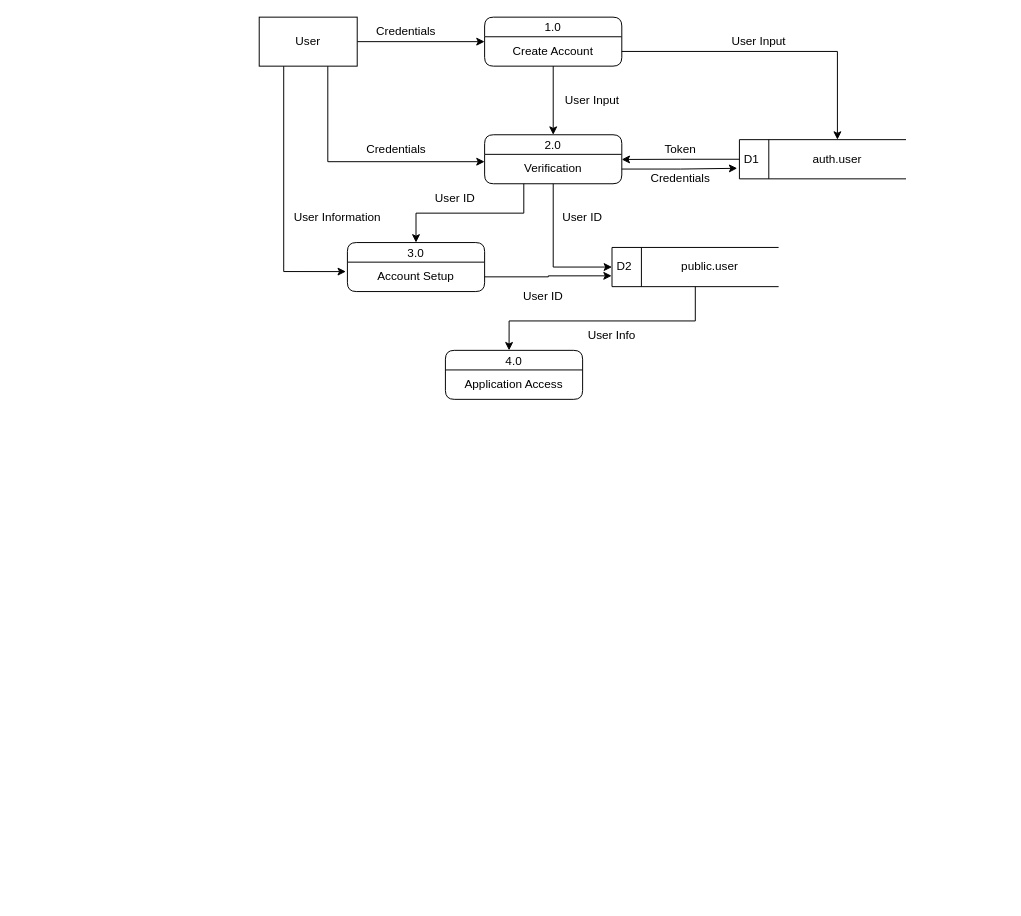
This is Atletik-DFD.drawio from ElliotJcbH/AtletikFlowcharts, a draw.io file, before an edit. Source tidied: cells renumbered, new cells numbered last; positions are measured from the earlier drawing's top-left corner, leaving out a move shared by most shapes. Both pictures are drawn from the tidied source at 98%, with x=0, y=0 at pixel (259, 17).
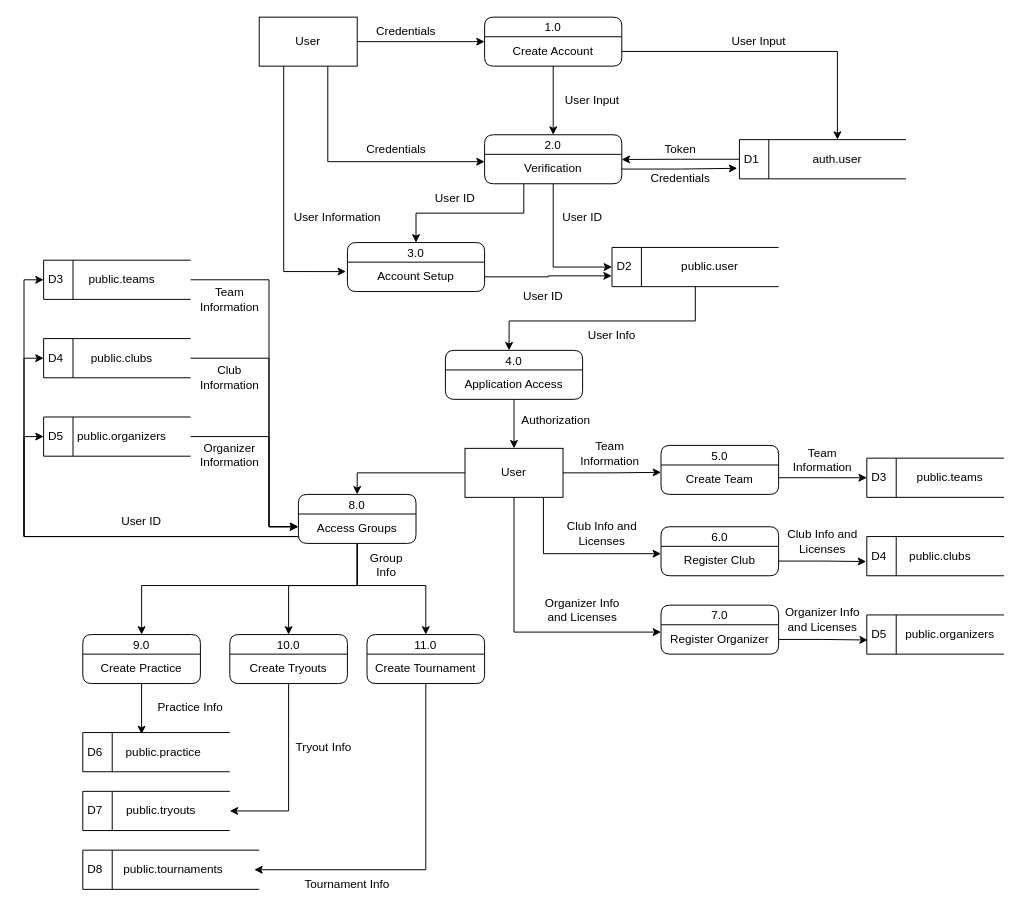
The same page after the edit.

Unchanged cells that the change refers to:
```xml
<mxCell id="30" value="Application Access" style="text;html=1;align=center;verticalAlign=middle;whiteSpace=wrap;rounded=0;" parent="29" vertex="1">
  <mxGeometry y="20" width="140" height="30" as="geometry" />
</mxCell>
```

The edit, as a diff of the source:
```diff
@@
+    <mxCell id="37" style="edgeStyle=orthogonalEdgeStyle;rounded=0;jettySize=auto;html=1;entryX=0;entryY=0.25;entryDx=0;entryDy=0;" parent="1" edge="1" source="41" target="45">
+      <mxGeometry relative="1" as="geometry" />
+    </mxCell>
+    <mxCell id="38" style="edgeStyle=orthogonalEdgeStyle;rounded=0;jettySize=auto;html=1;entryX=0;entryY=0.25;entryDx=0;entryDy=0;" parent="1" edge="1" source="41" target="48">
+      <mxGeometry relative="1" as="geometry">
+        <Array as="points">
+          <mxPoint x="290" y="548" />
+        </Array>
+      </mxGeometry>
+    </mxCell>
+    <mxCell id="39" style="edgeStyle=orthogonalEdgeStyle;rounded=0;jettySize=auto;html=1;entryX=0;entryY=0.25;entryDx=0;entryDy=0;" parent="1" edge="1" source="41" target="50">
+      <mxGeometry relative="1" as="geometry">
+        <Array as="points">
+          <mxPoint x="260" y="628" />
+        </Array>
+      </mxGeometry>
+    </mxCell>
+    <mxCell id="40" style="edgeStyle=orthogonalEdgeStyle;rounded=0;jettySize=auto;html=1;entryX=0.5;entryY=0;entryDx=0;entryDy=0;" parent="1" edge="1" source="41" target="66">
+      <mxGeometry relative="1" as="geometry" />
+    </mxCell>
+    <mxCell id="41" value="User" style="html=1;dashed=0;whiteSpace=wrap;" parent="1" vertex="1">
+      <mxGeometry x="210" y="440" width="100" height="50" as="geometry" />
+    </mxCell>
+    <mxCell id="42" style="edgeStyle=orthogonalEdgeStyle;rounded=0;jettySize=auto;html=1;entryX=0.5;entryY=0;entryDx=0;entryDy=0;" parent="1" edge="1" source="30" target="41">
+      <mxGeometry relative="1" as="geometry" />
+    </mxCell>
+    <mxCell id="43" value="Authorization" style="text;html=1;align=center;verticalAlign=middle;whiteSpace=wrap;rounded=0;" parent="1" vertex="1">
+      <mxGeometry x="263" y="397" width="80" height="30" as="geometry" />
+    </mxCell>
+    <mxCell id="44" value="5.0" style="swimlane;fontStyle=0;horizontal=1;startSize=20;fillColor=#ffffff;swimlaneFillColor=#ffffff;rounded=1;" parent="1" vertex="1">
+      <mxGeometry x="410" y="437" width="120" height="50" as="geometry" />
+    </mxCell>
+    <mxCell id="45" value="Create Team" style="text;html=1;align=center;verticalAlign=middle;whiteSpace=wrap;rounded=0;" parent="44" vertex="1">
+      <mxGeometry y="20" width="120" height="30" as="geometry" />
+    </mxCell>
+    <mxCell id="46" value="Team&lt;div&gt;Information&lt;/div&gt;" style="text;html=1;align=center;verticalAlign=middle;whiteSpace=wrap;rounded=0;" parent="1" vertex="1">
+      <mxGeometry x="318" y="430" width="80" height="30" as="geometry" />
+    </mxCell>
+    <mxCell id="47" value="6.0" style="swimlane;fontStyle=0;horizontal=1;startSize=20;fillColor=#ffffff;swimlaneFillColor=#ffffff;rounded=1;" parent="1" vertex="1">
+      <mxGeometry x="410" y="520" width="120" height="50" as="geometry" />
+    </mxCell>
+    <mxCell id="48" value="Register Club" style="text;html=1;align=center;verticalAlign=middle;whiteSpace=wrap;rounded=0;" parent="47" vertex="1">
+      <mxGeometry y="20" width="120" height="30" as="geometry" />
+    </mxCell>
+    <mxCell id="49" value="7.0" style="swimlane;fontStyle=0;horizontal=1;startSize=20;fillColor=#ffffff;swimlaneFillColor=#ffffff;rounded=1;" parent="1" vertex="1">
+      <mxGeometry x="410" y="600" width="120" height="50" as="geometry" />
+    </mxCell>
+    <mxCell id="50" value="Register Organizer" style="text;html=1;align=center;verticalAlign=middle;whiteSpace=wrap;rounded=0;" parent="49" vertex="1">
+      <mxGeometry y="20" width="120" height="30" as="geometry" />
+    </mxCell>
+    <mxCell id="51" value="Club Info and Licenses" style="text;html=1;align=center;verticalAlign=middle;whiteSpace=wrap;rounded=0;" parent="1" vertex="1">
+      <mxGeometry x="310" y="512" width="80" height="30" as="geometry" />
+    </mxCell>
+    <mxCell id="52" value="Organizer Info and Licenses" style="text;html=1;align=center;verticalAlign=middle;whiteSpace=wrap;rounded=0;" parent="1" vertex="1">
+      <mxGeometry x="290" y="590" width="80" height="30" as="geometry" />
+    </mxCell>
+    <mxCell id="53" value="D3" style="html=1;dashed=0;whiteSpace=wrap;shape=mxgraph.dfd.dataStoreID;align=left;spacingLeft=3;points=[[0,0],[0.5,0],[1,0],[0,0.5],[1,0.5],[0,1],[0.5,1],[1,1]];" parent="1" vertex="1">
+      <mxGeometry x="620" y="450" width="140" height="40" as="geometry" />
+    </mxCell>
+    <mxCell id="54" value="public.teams" style="text;html=1;align=center;verticalAlign=middle;whiteSpace=wrap;rounded=0;" parent="1" vertex="1">
+      <mxGeometry x="650" y="450" width="110" height="40" as="geometry" />
+    </mxCell>
+    <mxCell id="55" style="edgeStyle=orthogonalEdgeStyle;rounded=0;jettySize=auto;html=1;entryX=0;entryY=0.5;entryDx=0;entryDy=0;exitX=1;exitY=0.433;exitDx=0;exitDy=0;exitPerimeter=0;" parent="1" edge="1" source="45" target="53">
+      <mxGeometry relative="1" as="geometry" />
+    </mxCell>
+    <mxCell id="56" value="D4" style="html=1;dashed=0;whiteSpace=wrap;shape=mxgraph.dfd.dataStoreID;align=left;spacingLeft=3;points=[[0,0],[0.5,0],[1,0],[0,0.5],[1,0.5],[0,1],[0.5,1],[1,1]];" parent="1" vertex="1">
+      <mxGeometry x="620" y="530" width="140" height="40" as="geometry" />
+    </mxCell>
+    <mxCell id="57" value="public.clubs" style="text;html=1;align=center;verticalAlign=middle;whiteSpace=wrap;rounded=0;" parent="1" vertex="1">
+      <mxGeometry x="650" y="530" width="90" height="40" as="geometry" />
+    </mxCell>
+    <mxCell id="58" style="edgeStyle=orthogonalEdgeStyle;rounded=0;jettySize=auto;html=1;entryX=-0.005;entryY=0.638;entryDx=0;entryDy=0;entryPerimeter=0;" parent="1" edge="1" source="48" target="56">
+      <mxGeometry relative="1" as="geometry" />
+    </mxCell>
+    <mxCell id="59" value="D5" style="html=1;dashed=0;whiteSpace=wrap;shape=mxgraph.dfd.dataStoreID;align=left;spacingLeft=3;points=[[0,0],[0.5,0],[1,0],[0,0.5],[1,0.5],[0,1],[0.5,1],[1,1]];" parent="1" vertex="1">
+      <mxGeometry x="620" y="610" width="140" height="40" as="geometry" />
+    </mxCell>
+    <mxCell id="60" value="public.organizers" style="text;html=1;align=center;verticalAlign=middle;whiteSpace=wrap;rounded=0;" parent="1" vertex="1">
+      <mxGeometry x="650" y="610" width="110" height="40" as="geometry" />
+    </mxCell>
+    <mxCell id="61" style="edgeStyle=orthogonalEdgeStyle;rounded=0;jettySize=auto;html=1;entryX=0.007;entryY=0.639;entryDx=0;entryDy=0;entryPerimeter=0;" parent="1" edge="1" source="50" target="59">
+      <mxGeometry relative="1" as="geometry" />
+    </mxCell>
+    <mxCell id="62" value="Team&lt;div&gt;Information&lt;/div&gt;" style="text;html=1;align=center;verticalAlign=middle;whiteSpace=wrap;rounded=0;" parent="1" vertex="1">
+      <mxGeometry x="535" y="437" width="80" height="30" as="geometry" />
+    </mxCell>
+    <mxCell id="63" value="Club Info and Licenses" style="text;html=1;align=center;verticalAlign=middle;whiteSpace=wrap;rounded=0;" parent="1" vertex="1">
+      <mxGeometry x="535" y="520" width="80" height="30" as="geometry" />
+    </mxCell>
+    <mxCell id="64" value="Organizer Info and Licenses" style="text;html=1;align=center;verticalAlign=middle;whiteSpace=wrap;rounded=0;" parent="1" vertex="1">
+      <mxGeometry x="535" y="600" width="80" height="30" as="geometry" />
+    </mxCell>
+    <mxCell id="65" style="edgeStyle=orthogonalEdgeStyle;rounded=0;jettySize=auto;html=1;entryX=0.5;entryY=0;entryDx=0;entryDy=0;" parent="1" edge="1" source="66" target="84">
+      <mxGeometry relative="1" as="geometry">
+        <Array as="points">
+          <mxPoint x="100" y="580" />
+          <mxPoint x="170" y="580" />
+        </Array>
+      </mxGeometry>
+    </mxCell>
+    <mxCell id="66" value="8.0" style="swimlane;fontStyle=0;horizontal=1;startSize=20;fillColor=#ffffff;swimlaneFillColor=#ffffff;rounded=1;" parent="1" vertex="1">
+      <mxGeometry x="40" y="487" width="120" height="50" as="geometry" />
+    </mxCell>
+    <mxCell id="67" value="Access Groups" style="text;html=1;align=center;verticalAlign=middle;whiteSpace=wrap;rounded=0;" parent="66" vertex="1">
+      <mxGeometry y="20" width="120" height="30" as="geometry" />
+    </mxCell>
+    <mxCell id="68" value="D3" style="html=1;dashed=0;whiteSpace=wrap;shape=mxgraph.dfd.dataStoreID;align=left;spacingLeft=3;points=[[0,0],[0.5,0],[1,0],[0,0.5],[1,0.5],[0,1],[0.5,1],[1,1]];" parent="1" vertex="1">
+      <mxGeometry x="-220" y="248" width="150" height="40" as="geometry" />
+    </mxCell>
+    <mxCell id="69" style="edgeStyle=orthogonalEdgeStyle;rounded=0;jettySize=auto;html=1;entryX=-0.004;entryY=0.438;entryDx=0;entryDy=0;entryPerimeter=0;" parent="1" edge="1" source="70" target="67">
+      <mxGeometry relative="1" as="geometry">
+        <Array as="points">
+          <mxPoint x="10" y="268" />
+          <mxPoint x="10" y="520" />
+        </Array>
+      </mxGeometry>
+    </mxCell>
+    <mxCell id="70" value="public.teams" style="text;html=1;align=center;verticalAlign=middle;whiteSpace=wrap;rounded=0;" parent="1" vertex="1">
+      <mxGeometry x="-210" y="248" width="140" height="40" as="geometry" />
+    </mxCell>
+    <mxCell id="71" value="D4" style="html=1;dashed=0;whiteSpace=wrap;shape=mxgraph.dfd.dataStoreID;align=left;spacingLeft=3;points=[[0,0],[0.5,0],[1,0],[0,0.5],[1,0.5],[0,1],[0.5,1],[1,1]];" parent="1" vertex="1">
+      <mxGeometry x="-220" y="328" width="150" height="40" as="geometry" />
+    </mxCell>
+    <mxCell id="72" style="edgeStyle=orthogonalEdgeStyle;rounded=0;jettySize=auto;html=1;entryX=-0.003;entryY=0.425;entryDx=0;entryDy=0;entryPerimeter=0;" parent="1" edge="1" source="73" target="67">
+      <mxGeometry relative="1" as="geometry">
+        <Array as="points">
+          <mxPoint x="10" y="348" />
+          <mxPoint x="10" y="520" />
+        </Array>
+      </mxGeometry>
+    </mxCell>
+    <mxCell id="73" value="public.clubs" style="text;html=1;align=center;verticalAlign=middle;whiteSpace=wrap;rounded=0;" parent="1" vertex="1">
+      <mxGeometry x="-210" y="328" width="140" height="40" as="geometry" />
+    </mxCell>
+    <mxCell id="74" value="D5" style="html=1;dashed=0;whiteSpace=wrap;shape=mxgraph.dfd.dataStoreID;align=left;spacingLeft=3;points=[[0,0],[0.5,0],[1,0],[0,0.5],[1,0.5],[0,1],[0.5,1],[1,1]];" parent="1" vertex="1">
+      <mxGeometry x="-220" y="408" width="150" height="40" as="geometry" />
+    </mxCell>
+    <mxCell id="75" style="edgeStyle=orthogonalEdgeStyle;rounded=0;jettySize=auto;html=1;" parent="1" edge="1" source="76">
+      <mxGeometry relative="1" as="geometry">
+        <mxPoint x="40" y="520" as="targetPoint" />
+        <Array as="points">
+          <mxPoint x="10" y="428" />
+          <mxPoint x="10" y="520" />
+        </Array>
+      </mxGeometry>
+    </mxCell>
+    <mxCell id="76" value="public.organizers" style="text;html=1;align=center;verticalAlign=middle;whiteSpace=wrap;rounded=0;" parent="1" vertex="1">
+      <mxGeometry x="-210" y="408" width="140" height="40" as="geometry" />
+    </mxCell>
+    <mxCell id="77" value="Team&lt;div&gt;Information&lt;/div&gt;" style="text;html=1;align=center;verticalAlign=middle;whiteSpace=wrap;rounded=0;" parent="1" vertex="1">
+      <mxGeometry x="-70" y="273" width="80" height="30" as="geometry" />
+    </mxCell>
+    <mxCell id="78" value="Club&lt;br&gt;&lt;div&gt;Information&lt;/div&gt;" style="text;html=1;align=center;verticalAlign=middle;whiteSpace=wrap;rounded=0;" parent="1" vertex="1">
+      <mxGeometry x="-70" y="353" width="80" height="30" as="geometry" />
+    </mxCell>
+    <mxCell id="79" value="&lt;div&gt;Organizer&lt;/div&gt;&lt;div&gt;Information&lt;/div&gt;" style="text;html=1;align=center;verticalAlign=middle;whiteSpace=wrap;rounded=0;" parent="1" vertex="1">
+      <mxGeometry x="-70" y="432" width="80" height="30" as="geometry" />
+    </mxCell>
+    <mxCell id="80" value="9.0" style="swimlane;fontStyle=0;horizontal=1;startSize=20;fillColor=#ffffff;swimlaneFillColor=#ffffff;rounded=1;" parent="1" vertex="1">
+      <mxGeometry x="-180" y="630" width="120" height="50" as="geometry" />
+    </mxCell>
+    <mxCell id="81" value="Create Practice" style="text;html=1;align=center;verticalAlign=middle;whiteSpace=wrap;rounded=0;" parent="80" vertex="1">
+      <mxGeometry y="20" width="120" height="30" as="geometry" />
+    </mxCell>
+    <mxCell id="82" value="10.0" style="swimlane;fontStyle=0;horizontal=1;startSize=20;fillColor=#ffffff;swimlaneFillColor=#ffffff;rounded=1;" parent="1" vertex="1">
+      <mxGeometry x="-30" y="630" width="120" height="50" as="geometry" />
+    </mxCell>
+    <mxCell id="83" value="Create Tryouts" style="text;html=1;align=center;verticalAlign=middle;whiteSpace=wrap;rounded=0;" parent="82" vertex="1">
+      <mxGeometry y="20" width="120" height="30" as="geometry" />
+    </mxCell>
+    <mxCell id="84" value="11.0" style="swimlane;fontStyle=0;horizontal=1;startSize=20;fillColor=#ffffff;swimlaneFillColor=#ffffff;rounded=1;" parent="1" vertex="1">
+      <mxGeometry x="110" y="630" width="120" height="50" as="geometry" />
+    </mxCell>
+    <mxCell id="85" value="Create Tournament" style="text;html=1;align=center;verticalAlign=middle;whiteSpace=wrap;rounded=0;" parent="84" vertex="1">
+      <mxGeometry y="20" width="120" height="30" as="geometry" />
+    </mxCell>
+    <mxCell id="86" style="edgeStyle=orthogonalEdgeStyle;rounded=0;jettySize=auto;html=1;entryX=0.5;entryY=0;entryDx=0;entryDy=0;" parent="1" edge="1" source="67" target="82">
+      <mxGeometry relative="1" as="geometry">
+        <Array as="points">
+          <mxPoint x="100" y="580" />
+          <mxPoint x="30" y="580" />
+        </Array>
+      </mxGeometry>
+    </mxCell>
+    <mxCell id="87" style="edgeStyle=orthogonalEdgeStyle;rounded=0;jettySize=auto;html=1;entryX=0;entryY=0.5;entryDx=0;entryDy=0;" parent="1" edge="1" source="67" target="74">
+      <mxGeometry relative="1" as="geometry">
+        <Array as="points">
+          <mxPoint x="-240" y="530" />
+          <mxPoint x="-240" y="428" />
+        </Array>
+      </mxGeometry>
+    </mxCell>
+    <mxCell id="88" style="edgeStyle=orthogonalEdgeStyle;rounded=0;jettySize=auto;html=1;entryX=0;entryY=0.5;entryDx=0;entryDy=0;" parent="1" edge="1" source="67" target="71">
+      <mxGeometry relative="1" as="geometry">
+        <Array as="points">
+          <mxPoint x="-240" y="530" />
+          <mxPoint x="-240" y="348" />
+        </Array>
+      </mxGeometry>
+    </mxCell>
+    <mxCell id="89" style="edgeStyle=orthogonalEdgeStyle;rounded=0;jettySize=auto;html=1;entryX=0;entryY=0.5;entryDx=0;entryDy=0;" parent="1" edge="1" source="67" target="68">
+      <mxGeometry relative="1" as="geometry">
+        <Array as="points">
+          <mxPoint x="-240" y="530" />
+          <mxPoint x="-240" y="268" />
+        </Array>
+      </mxGeometry>
+    </mxCell>
+    <mxCell id="90" value="&lt;div&gt;User ID&lt;/div&gt;" style="text;html=1;align=center;verticalAlign=middle;whiteSpace=wrap;rounded=0;" parent="1" vertex="1">
+      <mxGeometry x="-160" y="500" width="80" height="30" as="geometry" />
+    </mxCell>
+    <mxCell id="91" style="edgeStyle=orthogonalEdgeStyle;rounded=0;jettySize=auto;html=1;entryX=0.5;entryY=0;entryDx=0;entryDy=0;" parent="1" edge="1" source="67" target="80">
+      <mxGeometry relative="1" as="geometry">
+        <Array as="points">
+          <mxPoint x="100" y="580" />
+          <mxPoint x="-120" y="580" />
+        </Array>
+      </mxGeometry>
+    </mxCell>
+    <mxCell id="92" value="&lt;div&gt;Group&lt;/div&gt;&lt;div&gt;Info&lt;/div&gt;" style="text;html=1;align=center;verticalAlign=middle;whiteSpace=wrap;rounded=0;" parent="1" vertex="1">
+      <mxGeometry x="90" y="544" width="80" height="30" as="geometry" />
+    </mxCell>
+    <mxCell id="93" value="D6" style="html=1;dashed=0;whiteSpace=wrap;shape=mxgraph.dfd.dataStoreID;align=left;spacingLeft=3;" parent="1" vertex="1">
+      <mxGeometry x="-180" y="730" width="150" height="40" as="geometry" />
+    </mxCell>
+    <mxCell id="94" value="public.practice" style="text;html=1;align=center;verticalAlign=middle;whiteSpace=wrap;rounded=0;" parent="1" vertex="1">
+      <mxGeometry x="-165" y="730" width="135" height="40" as="geometry" />
+    </mxCell>
+    <mxCell id="95" value="D7" style="html=1;dashed=0;whiteSpace=wrap;shape=mxgraph.dfd.dataStoreID;align=left;spacingLeft=3;" parent="1" vertex="1">
+      <mxGeometry x="-180" y="790" width="150" height="40" as="geometry" />
+    </mxCell>
+    <mxCell id="96" value="public.tryouts" style="text;html=1;align=center;verticalAlign=middle;whiteSpace=wrap;rounded=0;" parent="1" vertex="1">
+      <mxGeometry x="-170" y="790" width="140" height="40" as="geometry" />
+    </mxCell>
+    <mxCell id="97" value="D8" style="html=1;dashed=0;whiteSpace=wrap;shape=mxgraph.dfd.dataStoreID;align=left;spacingLeft=3;" parent="1" vertex="1">
+      <mxGeometry x="-180" y="850" width="180" height="40" as="geometry" />
+    </mxCell>
+    <mxCell id="98" value="public.tournaments" style="text;html=1;align=center;verticalAlign=middle;whiteSpace=wrap;rounded=0;" parent="1" vertex="1">
+      <mxGeometry x="-170" y="850" width="165" height="40" as="geometry" />
+    </mxCell>
+    <mxCell id="99" style="edgeStyle=orthogonalEdgeStyle;rounded=0;jettySize=auto;html=1;entryX=0.333;entryY=0.04;entryDx=0;entryDy=0;entryPerimeter=0;" parent="1" edge="1" source="81" target="94">
+      <mxGeometry relative="1" as="geometry" />
+    </mxCell>
+    <mxCell id="100" style="edgeStyle=orthogonalEdgeStyle;rounded=0;jettySize=auto;html=1;entryX=1;entryY=0.5;entryDx=0;entryDy=0;" parent="1" edge="1" source="83" target="96">
+      <mxGeometry relative="1" as="geometry" />
+    </mxCell>
+    <mxCell id="101" style="edgeStyle=orthogonalEdgeStyle;rounded=0;jettySize=auto;html=1;entryX=1;entryY=0.5;entryDx=0;entryDy=0;" parent="1" edge="1" source="85" target="98">
+      <mxGeometry relative="1" as="geometry">
+        <Array as="points">
+          <mxPoint x="170" y="870" />
+        </Array>
+      </mxGeometry>
+    </mxCell>
+    <mxCell id="102" value="&lt;div&gt;Practice Info&lt;/div&gt;" style="text;html=1;align=center;verticalAlign=middle;whiteSpace=wrap;rounded=0;" parent="1" vertex="1">
+      <mxGeometry x="-110" y="690" width="80" height="30" as="geometry" />
+    </mxCell>
+    <mxCell id="103" value="&lt;div&gt;Tryout Info&lt;/div&gt;" style="text;html=1;align=center;verticalAlign=middle;whiteSpace=wrap;rounded=0;" parent="1" vertex="1">
+      <mxGeometry x="26" y="730" width="80" height="30" as="geometry" />
+    </mxCell>
+    <mxCell id="104" value="&lt;div&gt;Tournament Info&lt;/div&gt;" style="text;html=1;align=center;verticalAlign=middle;whiteSpace=wrap;rounded=0;" parent="1" vertex="1">
+      <mxGeometry x="40" y="870" width="100" height="30" as="geometry" />
+    </mxCell>
```
